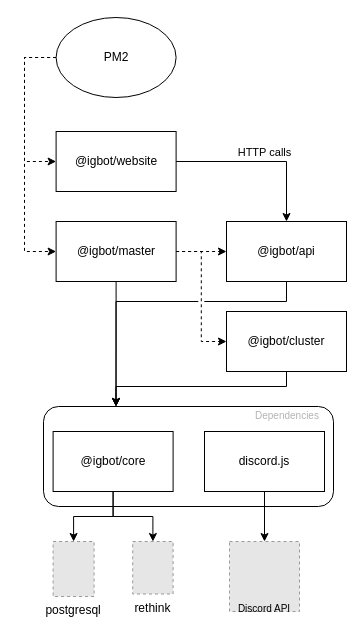
Above: docs/igbot.drawio in vsantele/IGBot (draw.io), before the change. Source tidied: cells renumbered, new cells numbered last; positions are measured from the earlier drawing's top-left corner, leaving out a move shared by most shapes. Both pictures are drawn from the tidied source at 100%, with x=0, y=0 at pixel (24, 17). Pictures stored in the file or linked from it are replaced by grey dashed boxes.
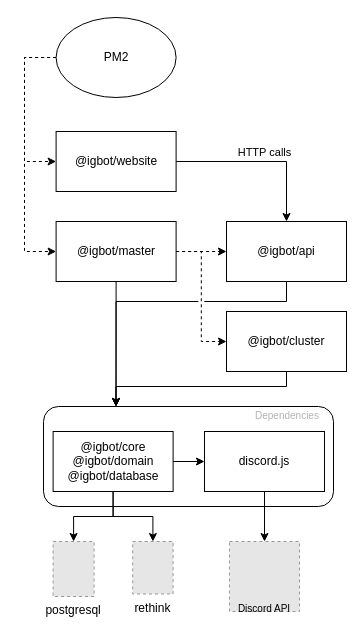
Above is the later version.

Commit message (it also covers changes not shown here):
feat: add domain & database repos

The change refers to these unchanged cells:
```xml
<mxCell id="24" value="discord.js" style="rounded=0;whiteSpace=wrap;html=1;" parent="1" vertex="1">
  <mxGeometry x="180" y="414" width="120" height="60" as="geometry" />
</mxCell>
```

Diff of the diagram source:
```diff
@@
+    <mxCell id="25" style="edgeStyle=orthogonalEdgeStyle;rounded=0;jettySize=auto;html=1;" parent="1" edge="1" source="13" target="24">
+      <mxGeometry relative="1" as="geometry" />
+    </mxCell>
-    <mxCell id="13" value="@igbot/core" style="rounded=0;whiteSpace=wrap;html=1;" parent="1" vertex="1">
+    <mxCell id="13" value="@igbot/core&lt;br&gt;@igbot/domain&lt;br&gt;@igbot/database" style="rounded=0;whiteSpace=wrap;html=1;" parent="1" vertex="1">
       <mxGeometry x="28.6" y="414" width="120" height="60" as="geometry" />
     </mxCell>
```
